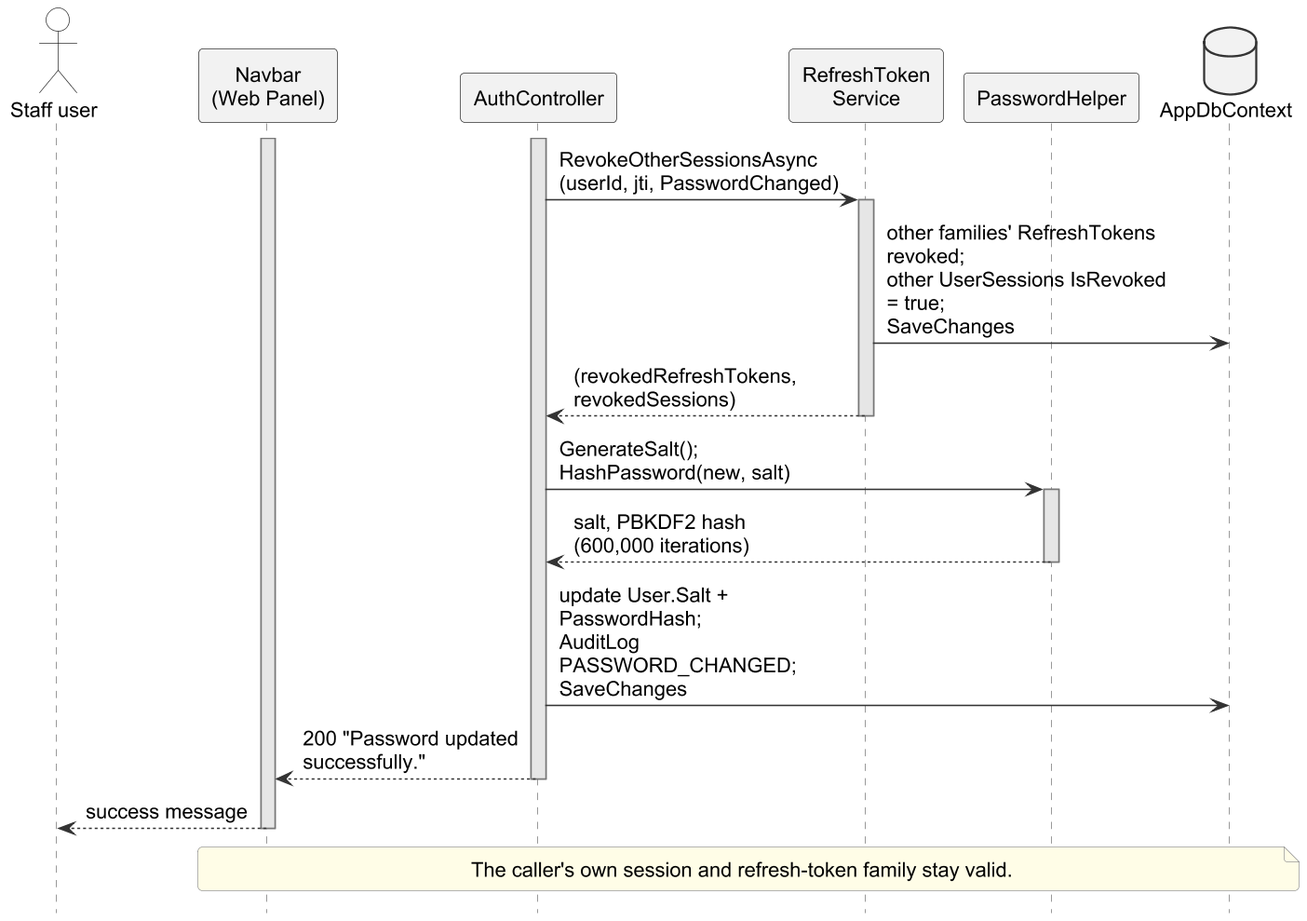
Earlier version of the PlantUML export important docs/fyp_doc_3chatp/Figures/seq_change_password_b.png (Haiderali27-hub/AI-Lab-Monitoring-). The source it was exported from:
```plantuml
@startuml
!include style.iuml
skinparam defaultFontSize 14
skinparam ArrowFontSize 14
skinparam maxMessageSize 200
hide footbox
hide unlinked
skinparam ParticipantPadding 2
skinparam BoxPadding 0
skinparam sequence {
  MessageAlign left
  LifeLineBackgroundColor #E6E6E6
}

actor "Staff user" as U
participant "Navbar\n(Web Panel)" as UI
participant "AuthController" as AC
participant "RefreshToken\nService" as RT
participant "PasswordHelper" as PH
database "AppDbContext" as DB
activate UI
activate AC
AC -> RT : RevokeOtherSessionsAsync\n(userId, jti, PasswordChanged)
activate RT
RT -> DB : other families' RefreshTokens revoked;\nother UserSessions IsRevoked = true;\nSaveChanges
RT --> AC : (revokedRefreshTokens,\nrevokedSessions)
deactivate RT
AC -> PH : GenerateSalt();\nHashPassword(new, salt)
activate PH
PH --> AC : salt, PBKDF2 hash\n(600,000 iterations)
deactivate PH
AC -> DB : update User.Salt + PasswordHash;\nAuditLog PASSWORD_CHANGED; SaveChanges
AC --> UI : 200 "Password updated successfully."
deactivate AC
UI --> U : success message
deactivate UI
note over UI, DB : The caller's own session and refresh-token family stay valid.
@enduml
```
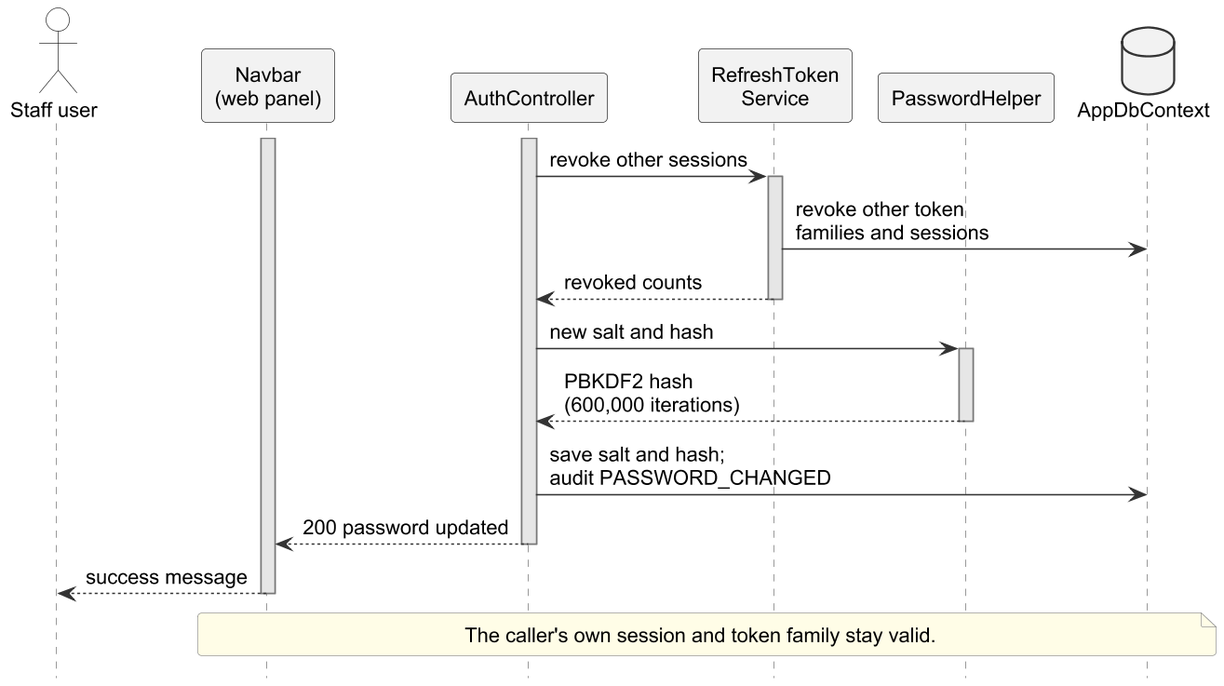
The same file after the commit.

Change to the diagram source:
```diff
@@ -2,10 +2,10 @@
 !include style.iuml
 skinparam defaultFontSize 14
 skinparam ArrowFontSize 14
-skinparam maxMessageSize 200
+skinparam maxMessageSize 220
 hide footbox
 hide unlinked
-skinparam ParticipantPadding 2
+skinparam ParticipantPadding 4
 skinparam BoxPadding 0
 skinparam sequence {
   MessageAlign left
@@ -13,26 +13,26 @@
 }
 
 actor "Staff user" as U
-participant "Navbar\n(Web Panel)" as UI
+participant "Navbar\n(web panel)" as UI
 participant "AuthController" as AC
 participant "RefreshToken\nService" as RT
 participant "PasswordHelper" as PH
 database "AppDbContext" as DB
 activate UI
 activate AC
-AC -> RT : RevokeOtherSessionsAsync\n(userId, jti, PasswordChanged)
+AC -> RT : revoke other sessions
 activate RT
-RT -> DB : other families' RefreshTokens revoked;\nother UserSessions IsRevoked = true;\nSaveChanges
-RT --> AC : (revokedRefreshTokens,\nrevokedSessions)
+RT -> DB : revoke other token\nfamilies and sessions
+RT --> AC : revoked counts
 deactivate RT
-AC -> PH : GenerateSalt();\nHashPassword(new, salt)
+AC -> PH : new salt and hash
 activate PH
-PH --> AC : salt, PBKDF2 hash\n(600,000 iterations)
+PH --> AC : PBKDF2 hash\n(600,000 iterations)
 deactivate PH
-AC -> DB : update User.Salt + PasswordHash;\nAuditLog PASSWORD_CHANGED; SaveChanges
-AC --> UI : 200 "Password updated successfully."
+AC -> DB : save salt and hash;\naudit PASSWORD_CHANGED
+AC --> UI : 200 password updated
 deactivate AC
 UI --> U : success message
 deactivate UI
-note over UI, DB : The caller's own session and refresh-token family stay valid.
+note over UI, DB : The caller's own session and token family stay valid.
 @enduml
```
